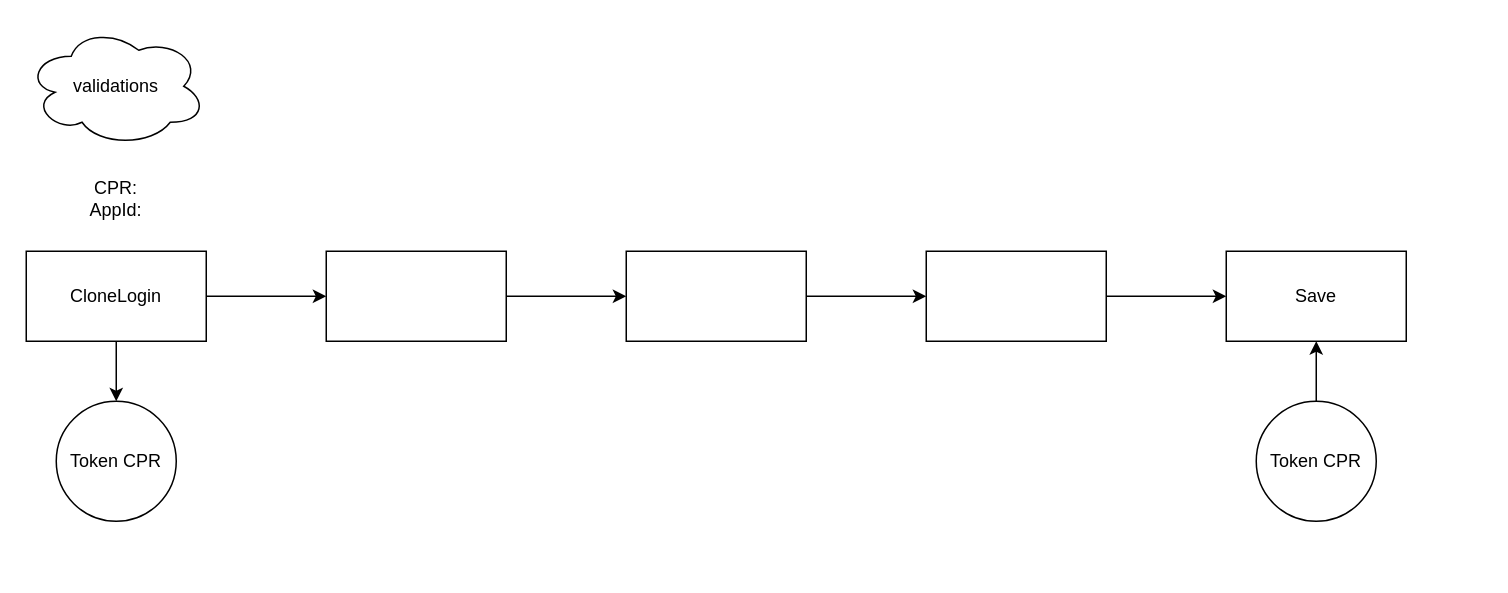
This is admissionclonelogin.drawio from Mohamedmtc/Diagrams, a draw.io file, before an edit. Source tidied: cells renumbered, new cells numbered last; positions are measured from the earlier drawing's top-left corner, leaving out a move shared by most shapes. Both pictures are drawn from the tidied source at 150%, with x=0, y=0 at pixel (26, 26).
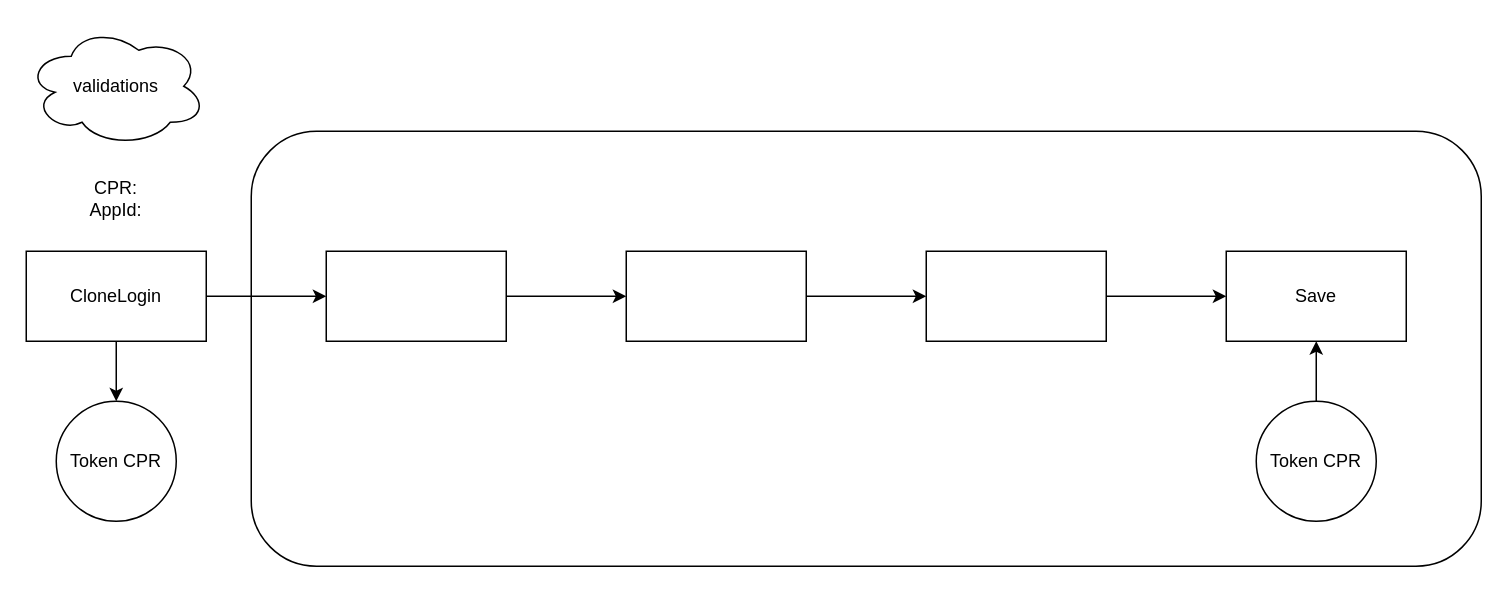
Above is the later version.

Diff of the diagram source:
```diff
@@
 <mxGraphModel>
   <root>
     <mxCell id="0" />
     <mxCell id="1" parent="0" />
+    <mxCell id="17" style="rounded=1;whiteSpace=wrap;html=1;" parent="1" vertex="1">
+      <mxGeometry x="150" y="70" width="820" height="290" as="geometry" />
+    </mxCell>
     <mxCell id="2" style="edgeStyle=orthogonalEdgeStyle;rounded=0;jettySize=auto;html=1;" parent="1" edge="1" source="4" target="8">
       <mxGeometry relative="1" as="geometry" />
     </mxCell>
     <mxCell id="3" style="edgeStyle=orthogonalEdgeStyle;rounded=0;jettySize=auto;html=1;" parent="1" edge="1" source="4" target="14">
       <mxGeometry relative="1" as="geometry" />
     </mxCell>
     <mxCell id="4" value="CloneLogin" style="rounded=0;whiteSpace=wrap;html=1;" parent="1" vertex="1">
       <mxGeometry y="150" width="120" height="60" as="geometry" />
     </mxCell>
     <mxCell id="5" value="CPR:&lt;br&gt;AppId:" style="text;html=1;strokeColor=none;fillColor=none;align=center;verticalAlign=middle;whiteSpace=wrap;rounded=0;" parent="1" vertex="1">
       <mxGeometry x="30" y="100" width="60" height="30" as="geometry" />
     </mxCell>
     <mxCell id="6" value="validations" style="ellipse;shape=cloud;whiteSpace=wrap;html=1;" parent="1" vertex="1">
       <mxGeometry width="120" height="80" as="geometry" />
     </mxCell>
     <mxCell id="7" style="edgeStyle=orthogonalEdgeStyle;rounded=0;jettySize=auto;html=1;" parent="1" edge="1" source="8" target="10">
       <mxGeometry relative="1" as="geometry" />
     </mxCell>
     <mxCell id="8" style="rounded=0;whiteSpace=wrap;html=1;" parent="1" vertex="1">
       <mxGeometry x="200" y="150" width="120" height="60" as="geometry" />
     </mxCell>
     <mxCell id="9" style="edgeStyle=orthogonalEdgeStyle;rounded=0;jettySize=auto;html=1;" parent="1" edge="1" source="10" target="12">
       <mxGeometry relative="1" as="geometry" />
     </mxCell>
     <mxCell id="10" style="rounded=0;whiteSpace=wrap;html=1;" parent="1" vertex="1">
       <mxGeometry x="400" y="150" width="120" height="60" as="geometry" />
     </mxCell>
     <mxCell id="11" style="edgeStyle=orthogonalEdgeStyle;rounded=0;jettySize=auto;html=1;" parent="1" edge="1" source="12" target="13">
       <mxGeometry relative="1" as="geometry" />
     </mxCell>
     <mxCell id="12" style="rounded=0;whiteSpace=wrap;html=1;" parent="1" vertex="1">
       <mxGeometry x="600" y="150" width="120" height="60" as="geometry" />
     </mxCell>
     <mxCell id="13" value="Save" style="rounded=0;whiteSpace=wrap;html=1;" parent="1" vertex="1">
       <mxGeometry x="800" y="150" width="120" height="60" as="geometry" />
     </mxCell>
     <mxCell id="14" value="Token CPR" style="ellipse;whiteSpace=wrap;html=1;" parent="1" vertex="1">
       <mxGeometry x="20" y="250" width="80" height="80" as="geometry" />
     </mxCell>
     <mxCell id="15" style="edgeStyle=orthogonalEdgeStyle;rounded=0;jettySize=auto;html=1;" parent="1" edge="1" source="16" target="13">
       <mxGeometry relative="1" as="geometry" />
     </mxCell>
     <mxCell id="16" value="Token CPR" style="ellipse;whiteSpace=wrap;html=1;" parent="1" vertex="1">
       <mxGeometry x="820" y="250" width="80" height="80" as="geometry" />
     </mxCell>
   </root>
 </mxGraphModel>
```
